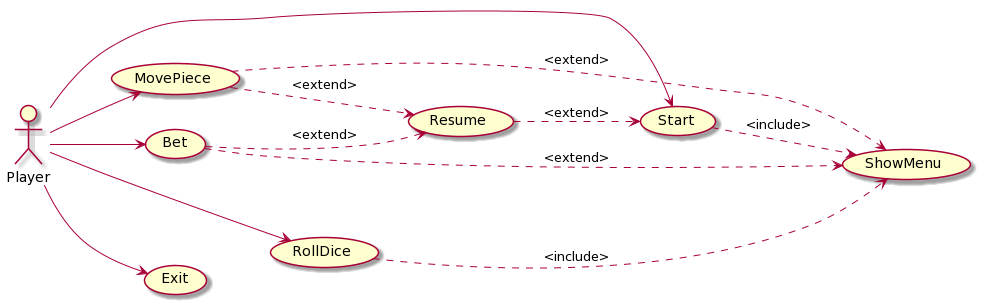
The PlantUML diagram rup/usecase/use_cases.png in USantaTecla-game-backgammon/backgammon, before a commit.
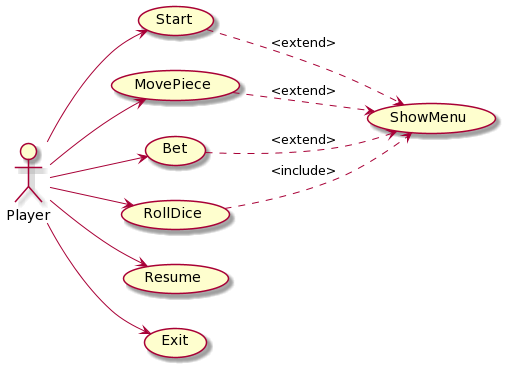
The same diagram one commit later.

Change to the diagram source:
```diff
@@ -13,15 +13,13 @@
 usecase ShowMenu
 
 Player --> Start
-Start ..> ShowMenu : <include>
+Start ..> ShowMenu : <extend>
 Player --> MovePiece
 MovePiece ..> ShowMenu : <extend>
 Player --> Bet
 Bet ..> ShowMenu : <extend>
-Bet ..> Resume : <extend>
 Player --> RollDice
 RollDice ..> ShowMenu : <include>
-MovePiece ..> Resume : <extend>
-Resume ..> Start : <extend>
+Player --> Resume
 Player --> Exit
 @enduml
```
